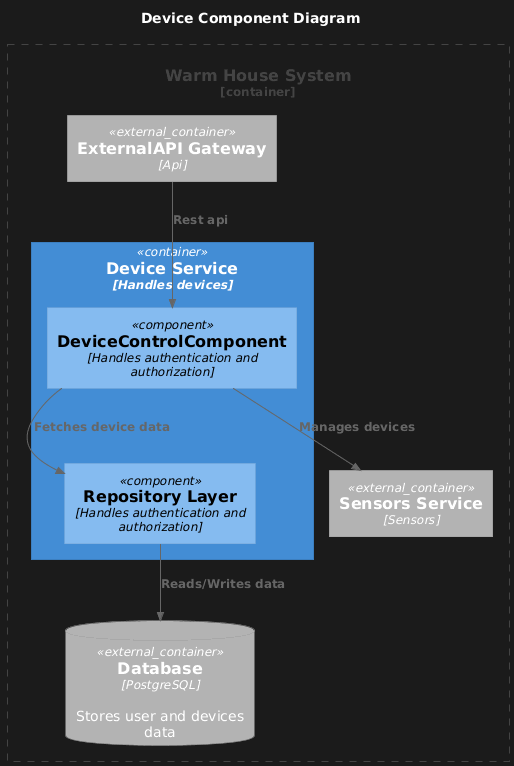
Above: schemas/components/container_Device.png in kuznechek/architecture-pro-warmhouse (PlantUML), before the change. Its diagram source:
```plantuml
@startuml
title Device Component Diagram

top to bottom direction

!includeurl https://raw.githubusercontent.com/RicardoNiepel/C4-PlantUML/master/C4_Component.puml

Container_Boundary(WarmHouseSystem, "Warm House System") {
  Container_Ext(apiGateway, "ExternalAPI Gateway", "Api")
  Container(DeviceService, "Device Service", "Handles devices")
  ContainerDb_Ext(Database, "Database", "PostgreSQL", "Stores user and devices data")
  Container_Ext(SensorsService, "Sensors Service", "Sensors")
}


Container(DeviceService, "Device Service", "Handles authentication and authorization") {
  Component(DeviceControlComponent, "DeviceControlComponent", "Handles authentication and authorization")
  Component(RepositoryLayer, "Repository Layer", "Handles authentication and authorization")
}

Rel(apiGateway,DeviceControlComponent,"Rest api")
Rel(DeviceControlComponent,RepositoryLayer,"Fetches device data")
Rel(DeviceControlComponent,SensorsService,"Manages devices")
Rel(RepositoryLayer,Database,"Reads/Writes data")
@enduml
```
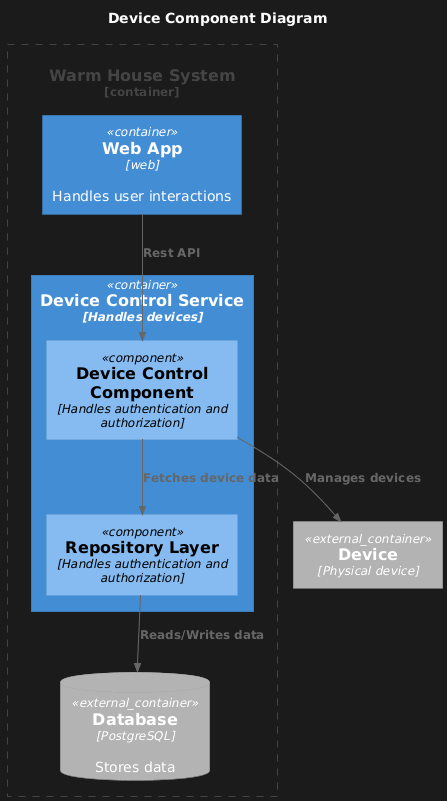
Above is the later version.

Change to the diagram source:
```diff
@@ -6,20 +6,19 @@
 !includeurl https://raw.githubusercontent.com/RicardoNiepel/C4-PlantUML/master/C4_Component.puml
 
 Container_Boundary(WarmHouseSystem, "Warm House System") {
-  Container_Ext(apiGateway, "ExternalAPI Gateway", "Api")
-  Container(DeviceService, "Device Service", "Handles devices")
-  ContainerDb_Ext(Database, "Database", "PostgreSQL", "Stores user and devices data")
-  Container_Ext(SensorsService, "Sensors Service", "Sensors")
+  Container(web, "Web App", "web", "Handles user interactions")
+  Container(DeviceControlService, "Device Control Service", "Handles devices")
+  ContainerDb_Ext(Database, "Database", "PostgreSQL", "Stores data")
 }
+Container_Ext(Device, "Device", "Physical device")
 
-
-Container(DeviceService, "Device Service", "Handles authentication and authorization") {
-  Component(DeviceControlComponent, "DeviceControlComponent", "Handles authentication and authorization")
+Container(DeviceControlService, "Device Control Service", "Handles authentication and authorization") {
+  Component(DeviceControlComponent, "Device Control Component", "Handles authentication and authorization")
   Component(RepositoryLayer, "Repository Layer", "Handles authentication and authorization")
 }
 
-Rel(apiGateway,DeviceControlComponent,"Rest api")
+Rel(web,DeviceControlComponent,"Rest API")
 Rel(DeviceControlComponent,RepositoryLayer,"Fetches device data")
-Rel(DeviceControlComponent,SensorsService,"Manages devices")
+Rel(DeviceControlComponent,Device,"Manages devices")
 Rel(RepositoryLayer,Database,"Reads/Writes data")
 @enduml
```
